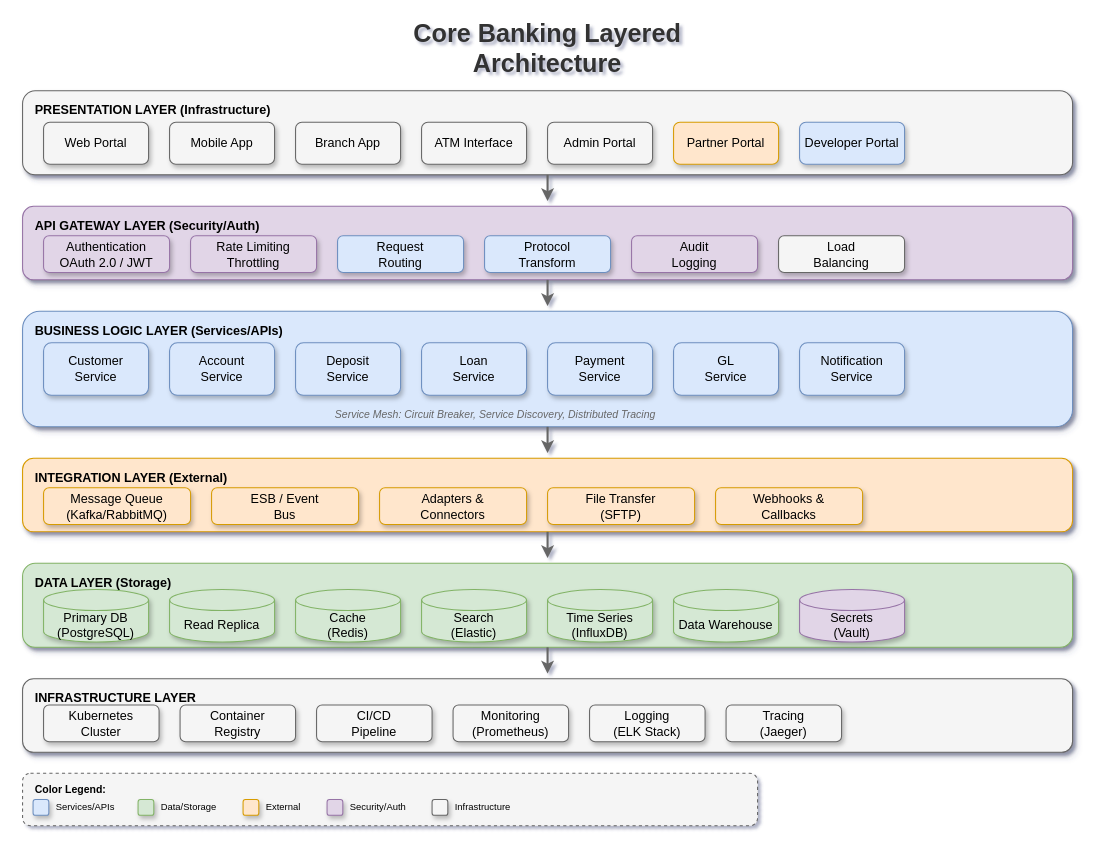
This is lesson-02-core-banking-architecture/02.0-layered-architecture.drawio from MrParkerZ7/document-lesson-core-banking-business-system-technology-x-claude, a draw.io file, before an edit. Source tidied: cells renumbered, new cells numbered last; positions are measured from the earlier drawing's top-left corner, leaving out a move shared by most shapes. Both pictures are drawn from the tidied source at 105%, with x=0, y=0 at pixel (22, 27).
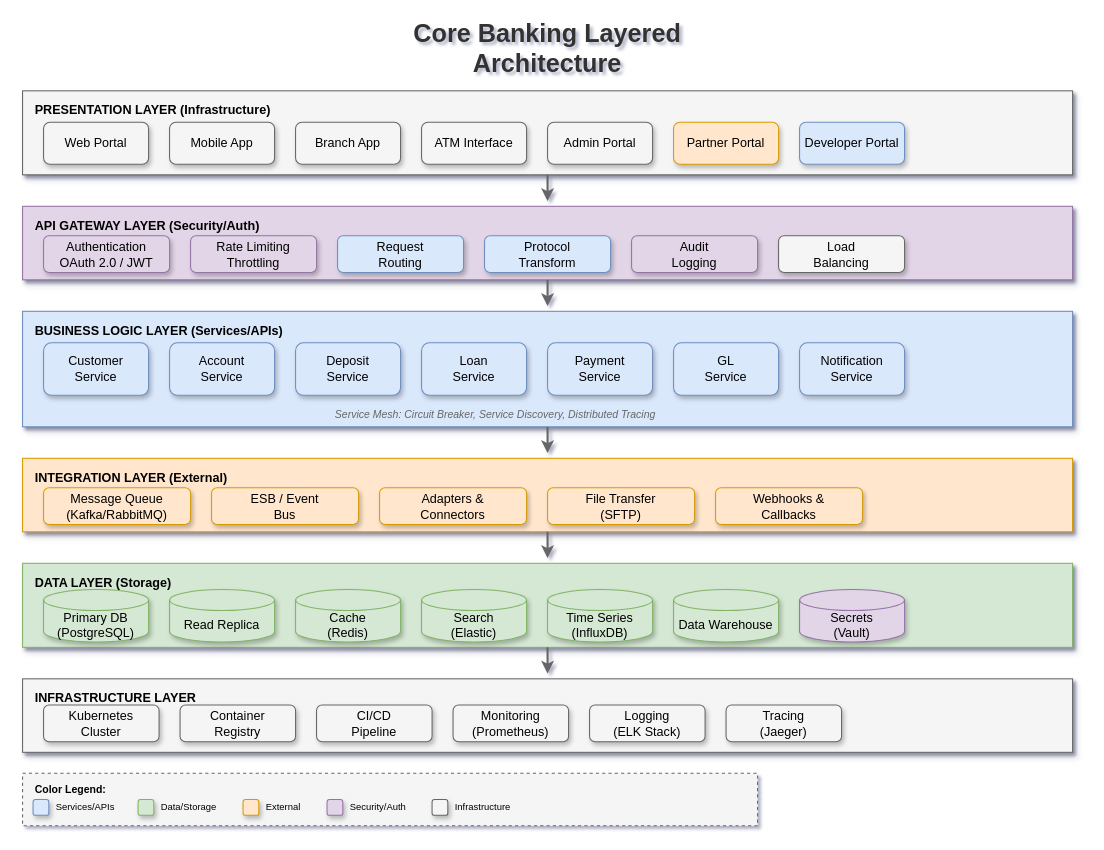
The same diagram, later.

The edit, as a diff of the source:
```diff
@@
-    <mxCell id="3" style="rounded=1;whiteSpace=wrap;html=1;fillColor=#f5f5f5;strokeColor=#666666;shadow=1;" parent="1" vertex="1">
+    <mxCell id="3" style="rounded=0;whiteSpace=wrap;html=1;fillColor=#f5f5f5;strokeColor=#666666;shadow=1;" parent="1" vertex="1">
       <mxGeometry y="60" width="1000" height="80" as="geometry" />
     </mxCell>
@@
-    <mxCell id="13" style="rounded=1;whiteSpace=wrap;html=1;fillColor=#e1d5e7;strokeColor=#9673a6;shadow=1;" parent="1" vertex="1">
+    <mxCell id="13" style="rounded=0;whiteSpace=wrap;html=1;fillColor=#e1d5e7;strokeColor=#9673a6;shadow=1;" parent="1" vertex="1">
       <mxGeometry y="170" width="1000" height="70" as="geometry" />
     </mxCell>
@@
-    <mxCell id="22" style="rounded=1;whiteSpace=wrap;html=1;fillColor=#dae8fc;strokeColor=#6c8ebf;shadow=1;" parent="1" vertex="1">
+    <mxCell id="22" style="rounded=0;whiteSpace=wrap;html=1;fillColor=#dae8fc;strokeColor=#6c8ebf;shadow=1;" parent="1" vertex="1">
       <mxGeometry y="270" width="1000" height="110" as="geometry" />
     </mxCell>
@@
-    <mxCell id="33" style="rounded=1;whiteSpace=wrap;html=1;fillColor=#ffe6cc;strokeColor=#d79b00;shadow=1;" parent="1" vertex="1">
+    <mxCell id="33" style="rounded=0;whiteSpace=wrap;html=1;fillColor=#ffe6cc;strokeColor=#d79b00;shadow=1;" parent="1" vertex="1">
       <mxGeometry y="410" width="1000" height="70" as="geometry" />
     </mxCell>
@@
-    <mxCell id="41" style="rounded=1;whiteSpace=wrap;html=1;fillColor=#d5e8d4;strokeColor=#82b366;shadow=1;" parent="1" vertex="1">
+    <mxCell id="41" style="rounded=0;whiteSpace=wrap;html=1;fillColor=#d5e8d4;strokeColor=#82b366;shadow=1;" parent="1" vertex="1">
       <mxGeometry y="510" width="1000" height="80" as="geometry" />
     </mxCell>
@@
-    <mxCell id="51" style="rounded=1;whiteSpace=wrap;html=1;fillColor=#f5f5f5;strokeColor=#666666;shadow=1;" parent="1" vertex="1">
+    <mxCell id="51" style="rounded=0;whiteSpace=wrap;html=1;fillColor=#f5f5f5;strokeColor=#666666;shadow=1;" parent="1" vertex="1">
       <mxGeometry y="620" width="1000" height="70" as="geometry" />
     </mxCell>
@@
-    <mxCell id="59" style="rounded=1;whiteSpace=wrap;html=1;fillColor=#f5f5f5;strokeColor=#666666;dashed=1;" parent="1" vertex="1">
+    <mxCell id="59" style="rounded=0;whiteSpace=wrap;html=1;fillColor=#f5f5f5;strokeColor=#666666;dashed=1;" parent="1" vertex="1">
       <mxGeometry y="710" width="700" height="50" as="geometry" />
     </mxCell>
```
